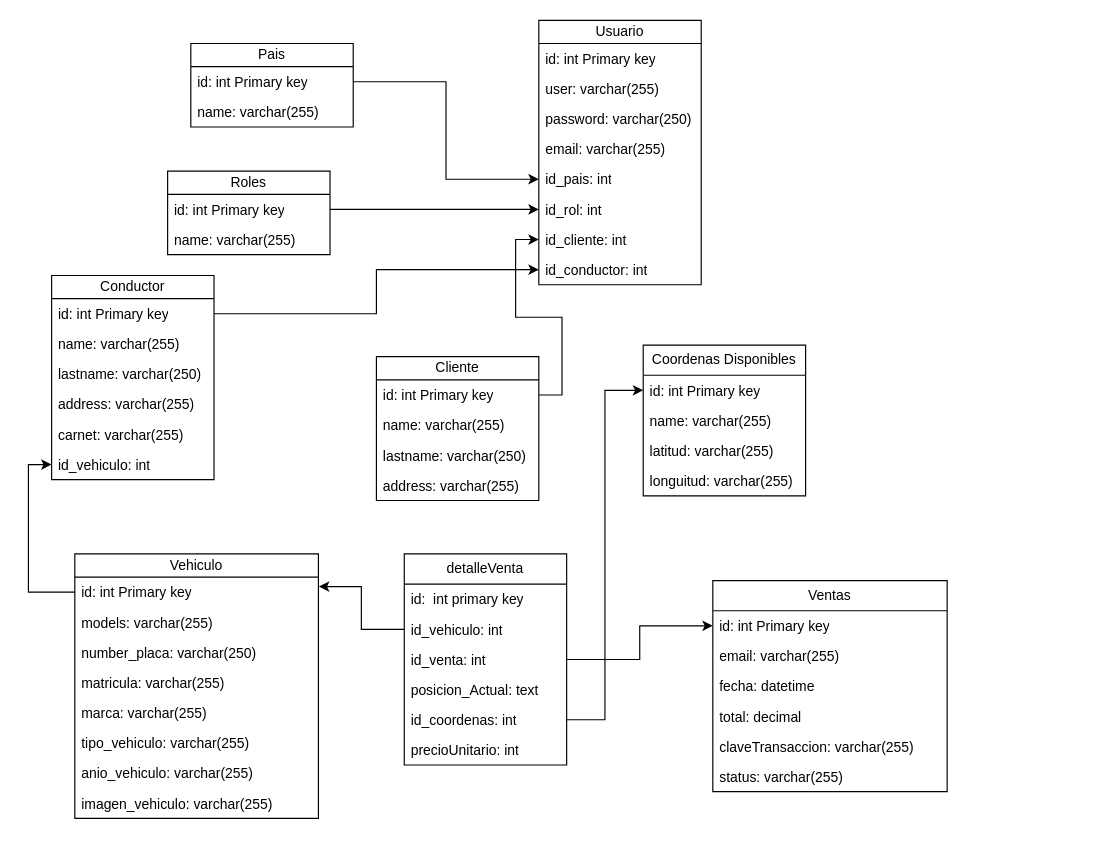
castro2001/Api_php keeps this draw.io diagram as clases.drawio. Above is the earlier version. Source tidied: cells renumbered, new cells numbered last; positions are measured from the earlier drawing's top-left corner, leaving out a move shared by most shapes. Both pictures are drawn from the tidied source at 116%, with x=0, y=0 at pixel (51, 20).
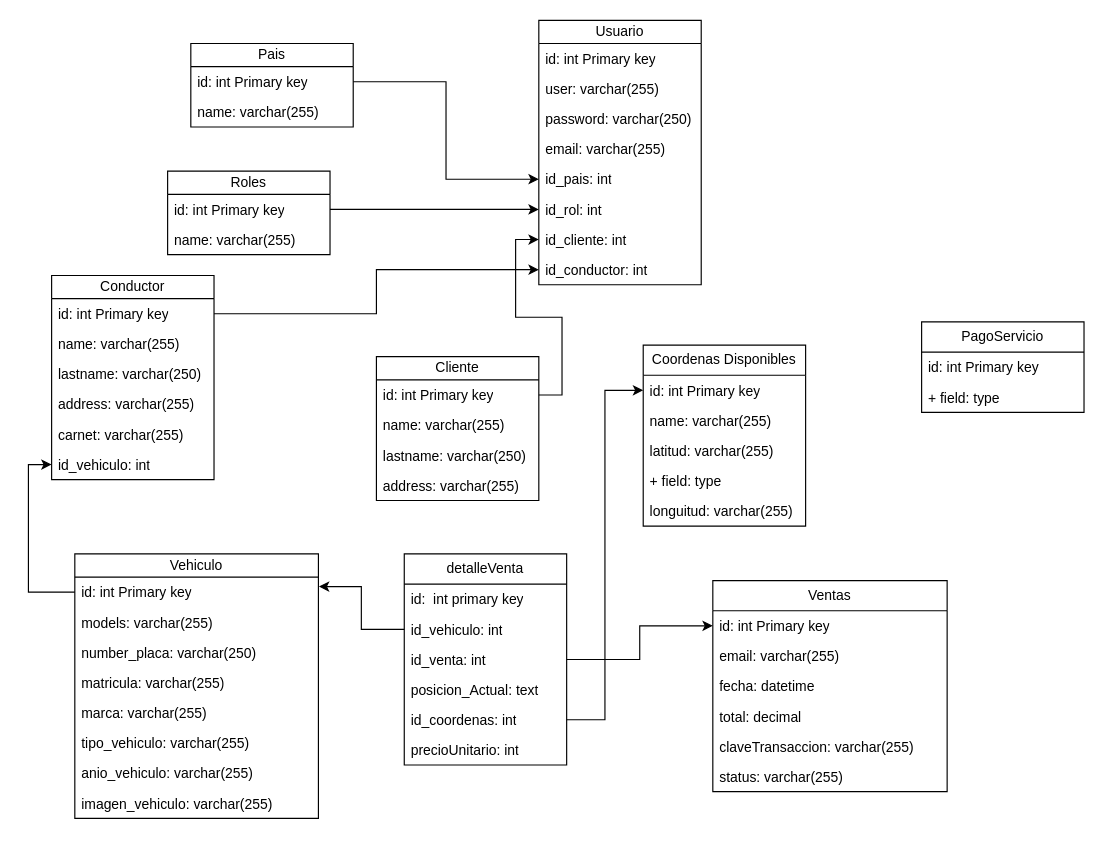
The same page after the edit.

Change to the diagram source:
```diff
@@
     <mxCell id="43" value="Coordenas Disponibles" style="swimlane;fontStyle=0;horizontal=1;startSize=26;fillColor=none;whiteSpace=wrap;html=1;" parent="1" vertex="1">
-      <mxGeometry x="510" y="280" width="140" height="130" as="geometry" />
+      <mxGeometry x="510" y="280" width="140" height="156" as="geometry" />
     </mxCell>
@@
+    <mxCell id="65" value="+ field: type" style="text;strokeColor=none;fillColor=none;align=left;verticalAlign=top;spacingLeft=4;spacingRight=4;overflow=hidden;whiteSpace=wrap;html=1;" parent="43" vertex="1">
+      <mxGeometry y="104" width="140" height="26" as="geometry" />
+    </mxCell>
     <mxCell id="47" value="longuitud: varchar(255)" style="text;strokeColor=none;fillColor=none;align=left;verticalAlign=top;spacingLeft=4;spacingRight=4;overflow=hidden;whiteSpace=wrap;html=1;" parent="43" vertex="1">
-      <mxGeometry y="104" width="140" height="26" as="geometry" />
+      <mxGeometry y="130" width="140" height="26" as="geometry" />
     </mxCell>
@@
+    <mxCell id="66" value="PagoServicio" style="swimlane;fontStyle=0;horizontal=1;startSize=26;fillColor=none;whiteSpace=wrap;html=1;" parent="1" vertex="1">
+      <mxGeometry x="750" y="260" width="140" height="78" as="geometry" />
+    </mxCell>
+    <mxCell id="67" value="id: int Primary key&amp;nbsp;" style="text;strokeColor=none;fillColor=none;align=left;verticalAlign=top;spacingLeft=4;spacingRight=4;overflow=hidden;whiteSpace=wrap;html=1;" parent="66" vertex="1">
+      <mxGeometry y="26" width="140" height="26" as="geometry" />
+    </mxCell>
+    <mxCell id="68" value="+ field: type" style="text;strokeColor=none;fillColor=none;align=left;verticalAlign=top;spacingLeft=4;spacingRight=4;overflow=hidden;whiteSpace=wrap;html=1;" parent="66" vertex="1">
+      <mxGeometry y="52" width="140" height="26" as="geometry" />
+    </mxCell>
```
